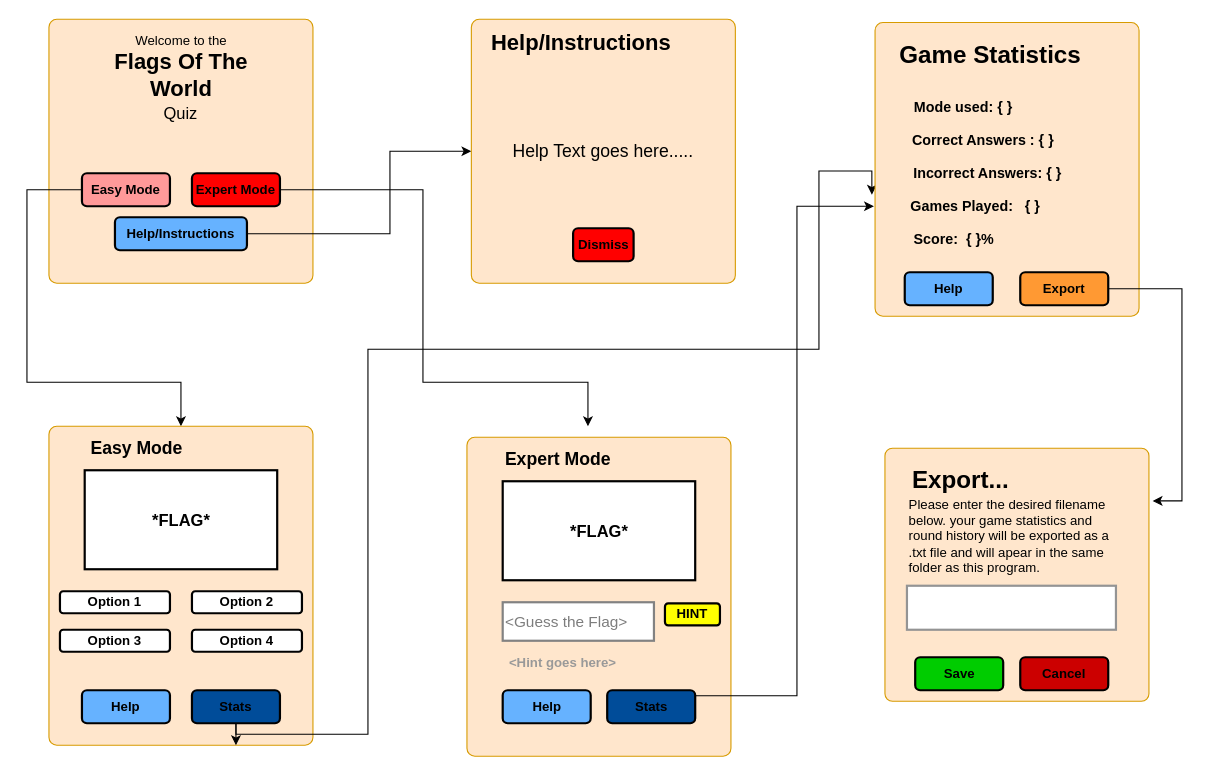
Above: flag_quiz_wireframes.drawio in chhabrap71760/Flags_Quiz_Assessment (draw.io), before the change. Source tidied: cells renumbered, new cells numbered last; positions are measured from the earlier drawing's top-left corner, leaving out a move shared by most shapes. Both pictures are drawn from the tidied source at 110%, with x=0, y=0 at pixel (26, 19).
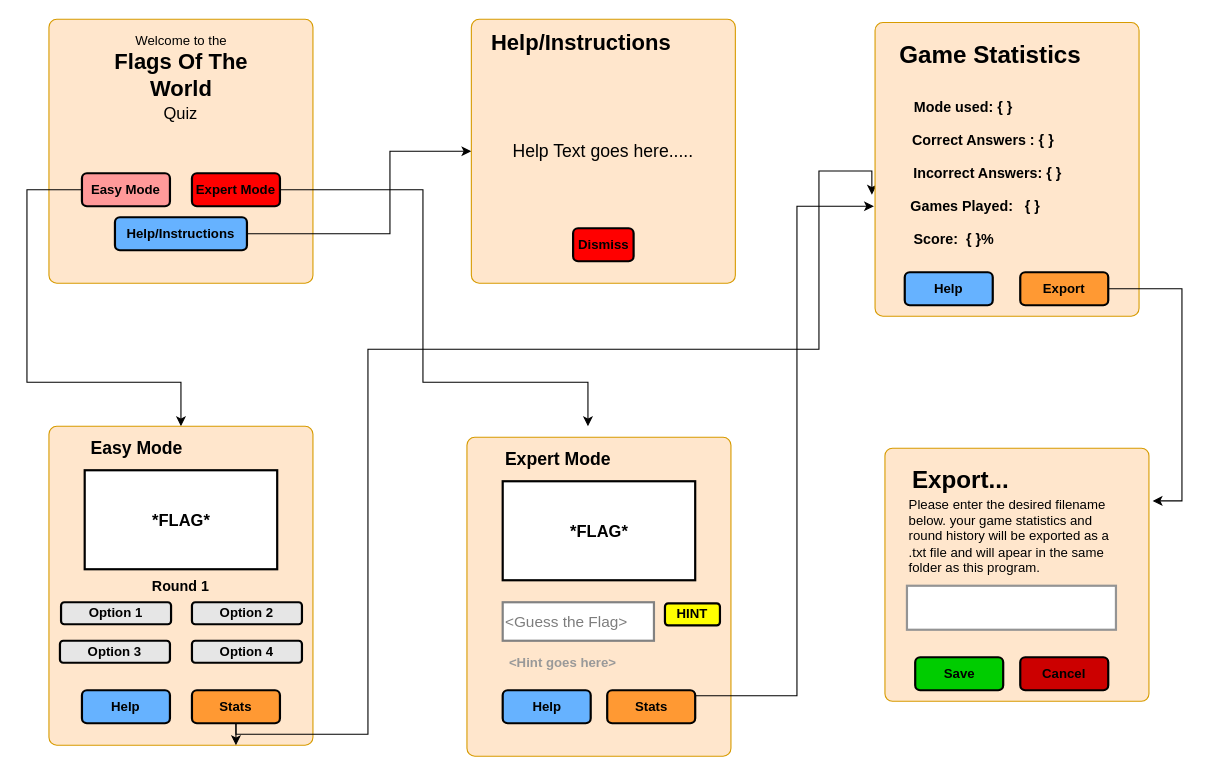
The same diagram, later.

Diff of the diagram source:
```diff
@@
-    <mxCell id="17" value="&lt;b&gt;Option 1&lt;/b&gt;" style="rounded=1;whiteSpace=wrap;html=1;strokeWidth=2;" parent="1" vertex="1">
-      <mxGeometry x="30" y="520" width="100" height="20" as="geometry" />
+    <mxCell id="17" value="&lt;b&gt;Option 1&lt;/b&gt;" style="rounded=1;whiteSpace=wrap;html=1;strokeWidth=2;fillColor=#E6E6E6;" parent="1" vertex="1">
+      <mxGeometry x="31" y="530" width="100" height="20" as="geometry" />
     </mxCell>
-    <mxCell id="18" value="&lt;b&gt;Option 2&lt;/b&gt;" style="rounded=1;whiteSpace=wrap;html=1;strokeWidth=2;" parent="1" vertex="1">
-      <mxGeometry x="150" y="520" width="100" height="20" as="geometry" />
+    <mxCell id="18" value="&lt;b&gt;Option 2&lt;/b&gt;" style="rounded=1;whiteSpace=wrap;html=1;strokeWidth=2;fillColor=#E6E6E6;" parent="1" vertex="1">
+      <mxGeometry x="150" y="530" width="100" height="20" as="geometry" />
     </mxCell>
-    <mxCell id="19" value="&lt;b&gt;Option 3&lt;/b&gt;" style="rounded=1;whiteSpace=wrap;html=1;strokeWidth=2;" parent="1" vertex="1">
-      <mxGeometry x="30" y="555" width="100" height="20" as="geometry" />
+    <mxCell id="19" value="&lt;b&gt;Option 3&lt;/b&gt;" style="rounded=1;whiteSpace=wrap;html=1;strokeWidth=2;fillColor=#E6E6E6;" parent="1" vertex="1">
+      <mxGeometry x="30" y="565" width="100" height="20" as="geometry" />
     </mxCell>
-    <mxCell id="20" value="&lt;b&gt;Option 4&lt;/b&gt;" style="rounded=1;whiteSpace=wrap;html=1;strokeWidth=2;" parent="1" vertex="1">
-      <mxGeometry x="150" y="555" width="100" height="20" as="geometry" />
+    <mxCell id="20" value="&lt;b&gt;Option 4&lt;/b&gt;" style="rounded=1;whiteSpace=wrap;html=1;strokeWidth=2;fillColor=#E6E6E6;" parent="1" vertex="1">
+      <mxGeometry x="150" y="565" width="100" height="20" as="geometry" />
     </mxCell>
@@
-    <mxCell id="24" value="&lt;b&gt;Stats&lt;/b&gt;" style="rounded=1;whiteSpace=wrap;html=1;strokeWidth=2;fillColor=#004C99;" parent="1" vertex="1">
+    <mxCell id="24" value="&lt;b&gt;Stats&lt;/b&gt;" style="rounded=1;whiteSpace=wrap;html=1;strokeWidth=2;fillColor=#FF9933;" parent="1" vertex="1">
       <mxGeometry x="150" y="610" width="80" height="30" as="geometry" />
     </mxCell>
@@
-    <mxCell id="32" value="&lt;b&gt;Stats&lt;/b&gt;" style="rounded=1;whiteSpace=wrap;html=1;strokeWidth=2;fillColor=#004C99;" parent="1" vertex="1">
+    <mxCell id="32" value="&lt;b&gt;Stats&lt;/b&gt;" style="rounded=1;whiteSpace=wrap;html=1;strokeWidth=2;fillColor=#FF9933;" parent="1" vertex="1">
       <mxGeometry x="527.5" y="610" width="80" height="30" as="geometry" />
     </mxCell>
@@
+    <mxCell id="52" value="&lt;b&gt;&lt;font style=&quot;font-size: 13px&quot;&gt;Round 1&lt;/font&gt;&lt;/b&gt;" style="text;html=1;strokeColor=none;fillColor=none;align=center;verticalAlign=middle;whiteSpace=wrap;rounded=0;" parent="1" vertex="1">
+      <mxGeometry x="110" y="505" width="60" height="20" as="geometry" />
+    </mxCell>
```
